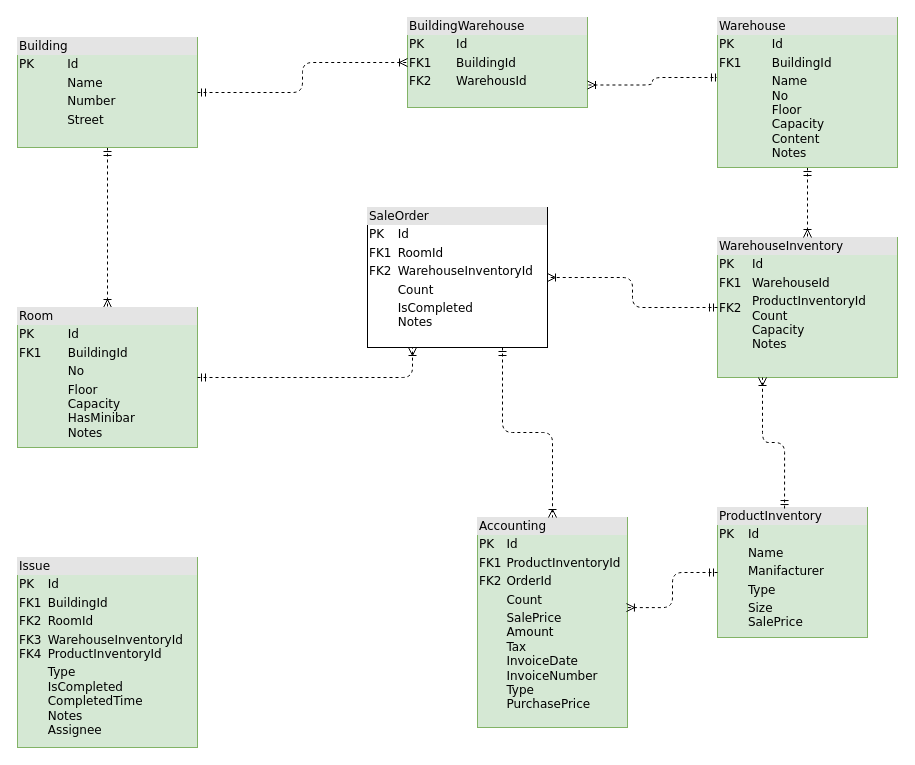
hasanbinboga/infera-test-case keeps this draw.io diagram as er-diagram.drawio. Above is the earlier version. Source tidied: cells renumbered, new cells numbered last; positions are measured from the earlier drawing's top-left corner, leaving out a move shared by most shapes. Both pictures are drawn from the tidied source at 100%, with x=0, y=0 at pixel (17, 17).
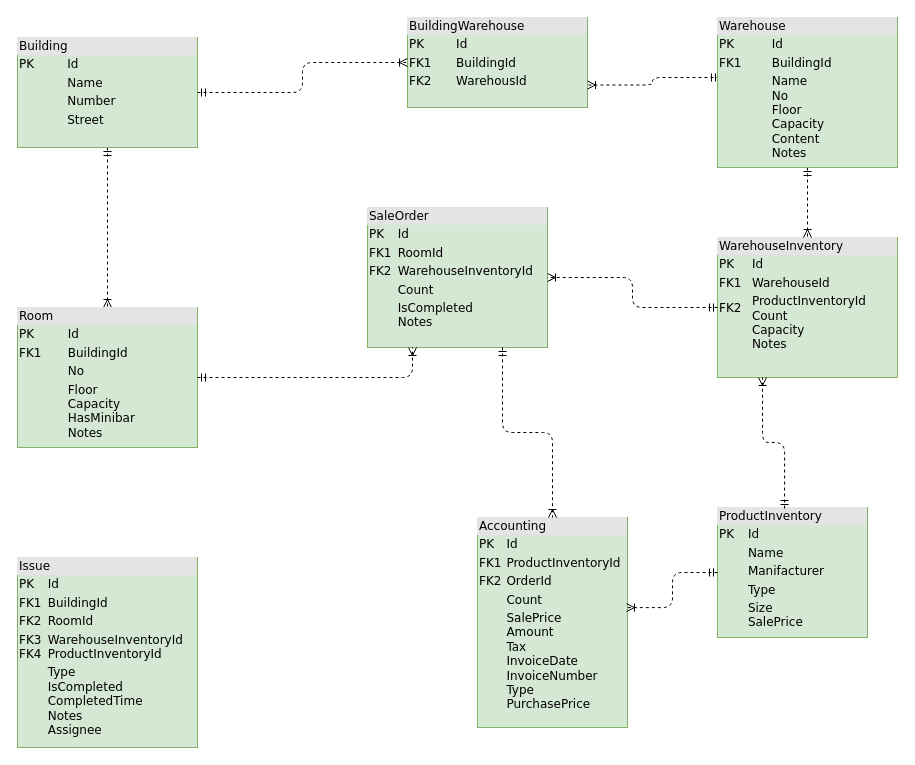
The same page after the edit.

What changed in the source:
```diff
@@
 <mxGraphModel>
   <root>
     <mxCell id="0" />
     <mxCell id="1" parent="0" />
     <mxCell id="2" value="&lt;div style=&quot;box-sizing:border-box;width:100%;background:#e4e4e4;padding:2px;&quot;&gt;BuildingWarehouse&lt;/div&gt;&lt;table style=&quot;width:100%;font-size:1em;&quot; cellpadding=&quot;2&quot; cellspacing=&quot;0&quot;&gt;&lt;tbody&gt;&lt;tr&gt;&lt;td&gt;PK&lt;/td&gt;&lt;td&gt;Id&lt;/td&gt;&lt;/tr&gt;&lt;tr&gt;&lt;td&gt;FK1&lt;/td&gt;&lt;td&gt;BuildingId&lt;/td&gt;&lt;/tr&gt;&lt;tr&gt;&lt;td&gt;FK2&lt;/td&gt;&lt;td&gt;WarehousId&lt;/td&gt;&lt;/tr&gt;&lt;/tbody&gt;&lt;/table&gt;" style="verticalAlign=top;align=left;overflow=fill;html=1;rounded=0;shadow=0;comic=0;labelBackgroundColor=none;strokeWidth=1;fontFamily=Verdana;fontSize=12;fillColor=#d5e8d4;strokeColor=#82b366;" parent="1" vertex="1">
       <mxGeometry x="390" width="180" height="90" as="geometry" />
     </mxCell>
     <mxCell id="3" style="html=1;dashed=1;labelBackgroundColor=none;startArrow=ERmandOne;endArrow=ERoneToMany;fontFamily=Verdana;fontSize=12;align=left;entryX=0.5;entryY=0;edgeStyle=orthogonalEdgeStyle;entryDx=0;entryDy=0;" parent="1" edge="1" source="5" target="9">
       <mxGeometry relative="1" as="geometry" />
     </mxCell>
     <mxCell id="4" style="html=1;dashed=1;labelBackgroundColor=none;startArrow=ERmandOne;endArrow=ERoneToMany;fontFamily=Verdana;fontSize=12;align=left;exitX=0.011;exitY=0.4;exitDx=0;exitDy=0;edgeStyle=orthogonalEdgeStyle;entryX=1;entryY=0.75;entryDx=0;entryDy=0;exitPerimeter=0;" parent="1" edge="1" source="10" target="2">
       <mxGeometry relative="1" as="geometry" />
     </mxCell>
     <mxCell id="5" value="&lt;div style=&quot;box-sizing: border-box ; width: 100% ; background: #e4e4e4 ; padding: 2px&quot;&gt;Building&lt;/div&gt;&lt;table style=&quot;width: 100% ; font-size: 1em&quot; cellpadding=&quot;2&quot; cellspacing=&quot;0&quot;&gt;&lt;tbody&gt;&lt;tr&gt;&lt;td&gt;PK&lt;/td&gt;&lt;td&gt;Id&lt;/td&gt;&lt;/tr&gt;&lt;tr&gt;&lt;td&gt;&lt;br&gt;&lt;/td&gt;&lt;td&gt;Name&lt;/td&gt;&lt;/tr&gt;&lt;tr&gt;&lt;td&gt;&lt;/td&gt;&lt;td&gt;Number&lt;/td&gt;&lt;/tr&gt;&lt;tr&gt;&lt;td&gt;&lt;br&gt;&lt;/td&gt;&lt;td&gt;Street&lt;br&gt;&lt;/td&gt;&lt;/tr&gt;&lt;tr&gt;&lt;td&gt;&lt;br&gt;&lt;/td&gt;&lt;td&gt;&lt;br&gt;&lt;/td&gt;&lt;/tr&gt;&lt;tr&gt;&lt;td&gt;&lt;br&gt;&lt;/td&gt;&lt;td&gt;&lt;br&gt;&lt;/td&gt;&lt;/tr&gt;&lt;/tbody&gt;&lt;/table&gt;" style="verticalAlign=top;align=left;overflow=fill;html=1;rounded=0;shadow=0;comic=0;labelBackgroundColor=none;strokeWidth=1;fontFamily=Verdana;fontSize=12;fillColor=#d5e8d4;strokeColor=#82b366;" parent="1" vertex="1">
       <mxGeometry y="20" width="180" height="110" as="geometry" />
     </mxCell>
     <mxCell id="6" value="&lt;div style=&quot;box-sizing: border-box ; width: 100% ; background: #e4e4e4 ; padding: 2px&quot;&gt;ProductInventory&lt;/div&gt;&lt;table style=&quot;width: 100% ; font-size: 1em&quot; cellpadding=&quot;2&quot; cellspacing=&quot;0&quot;&gt;&lt;tbody&gt;&lt;tr&gt;&lt;td&gt;PK&lt;/td&gt;&lt;td&gt;Id&lt;/td&gt;&lt;/tr&gt;&lt;tr&gt;&lt;td&gt;&lt;br&gt;&lt;/td&gt;&lt;td&gt;Name&lt;/td&gt;&lt;/tr&gt;&lt;tr&gt;&lt;td&gt;&lt;/td&gt;&lt;td&gt;Manifacturer&lt;/td&gt;&lt;/tr&gt;&lt;tr&gt;&lt;td&gt;&lt;br&gt;&lt;/td&gt;&lt;td&gt;Type&lt;/td&gt;&lt;/tr&gt;&lt;tr&gt;&lt;td&gt;&lt;br&gt;&lt;/td&gt;&lt;td&gt;Size&lt;br&gt;SalePrice&lt;/td&gt;&lt;/tr&gt;&lt;/tbody&gt;&lt;/table&gt;" style="verticalAlign=top;align=left;overflow=fill;html=1;rounded=0;shadow=0;comic=0;labelBackgroundColor=none;strokeWidth=1;fontFamily=Verdana;fontSize=12;fillColor=#d5e8d4;strokeColor=#82b366;" parent="1" vertex="1">
       <mxGeometry x="700" y="490" width="150" height="130" as="geometry" />
     </mxCell>
     <mxCell id="7" value="&lt;div style=&quot;box-sizing:border-box;width:100%;background:#e4e4e4;padding:2px;&quot;&gt;WarehouseInventory&lt;/div&gt;&lt;table style=&quot;width:100%;font-size:1em;&quot; cellpadding=&quot;2&quot; cellspacing=&quot;0&quot;&gt;&lt;tbody&gt;&lt;tr&gt;&lt;td&gt;PK&lt;/td&gt;&lt;td&gt;Id&lt;/td&gt;&lt;/tr&gt;&lt;tr&gt;&lt;td&gt;FK1&lt;/td&gt;&lt;td&gt;WarehouseId&lt;/td&gt;&lt;/tr&gt;&lt;tr&gt;&lt;td&gt;FK2&lt;br&gt;&lt;br&gt;&lt;br&gt;&lt;/td&gt;&lt;td&gt;ProductInventoryId&lt;br&gt;Count&lt;br&gt;Capacity&lt;br&gt;Notes&lt;/td&gt;&lt;/tr&gt;&lt;/tbody&gt;&lt;/table&gt;" style="verticalAlign=top;align=left;overflow=fill;html=1;rounded=0;shadow=0;comic=0;labelBackgroundColor=none;strokeWidth=1;fontFamily=Verdana;fontSize=12;fillColor=#d5e8d4;strokeColor=#82b366;" parent="1" vertex="1">
       <mxGeometry x="700" y="220" width="180" height="140" as="geometry" />
     </mxCell>
     <mxCell id="8" style="edgeStyle=orthogonalEdgeStyle;html=1;entryX=0.5;entryY=0;dashed=1;labelBackgroundColor=none;startArrow=ERmandOne;endArrow=ERoneToMany;fontFamily=Verdana;fontSize=12;align=left;" parent="1" edge="1" source="10" target="7">
       <mxGeometry relative="1" as="geometry" />
     </mxCell>
     <mxCell id="9" value="&lt;div style=&quot;box-sizing: border-box ; width: 100% ; background: #e4e4e4 ; padding: 2px&quot;&gt;Room&lt;/div&gt;&lt;table style=&quot;width: 100% ; font-size: 1em&quot; cellpadding=&quot;2&quot; cellspacing=&quot;0&quot;&gt;&lt;tbody&gt;&lt;tr&gt;&lt;td&gt;PK&lt;/td&gt;&lt;td&gt;Id&lt;/td&gt;&lt;/tr&gt;&lt;tr&gt;&lt;td&gt;FK1&lt;/td&gt;&lt;td&gt;BuildingId&lt;/td&gt;&lt;/tr&gt;&lt;tr&gt;&lt;td&gt;&lt;/td&gt;&lt;td&gt;No&lt;/td&gt;&lt;/tr&gt;&lt;tr&gt;&lt;td&gt;&lt;br&gt;&lt;/td&gt;&lt;td&gt;Floor&lt;br&gt;Capacity&lt;br&gt;HasMinibar&lt;br&gt;Notes&lt;/td&gt;&lt;/tr&gt;&lt;tr&gt;&lt;td&gt;&lt;br&gt;&lt;/td&gt;&lt;td&gt;&lt;/td&gt;&lt;/tr&gt;&lt;/tbody&gt;&lt;/table&gt;" style="verticalAlign=top;align=left;overflow=fill;html=1;rounded=0;shadow=0;comic=0;labelBackgroundColor=none;strokeWidth=1;fontFamily=Verdana;fontSize=12;fillColor=#d5e8d4;strokeColor=#82b366;" parent="1" vertex="1">
       <mxGeometry y="290" width="180" height="140" as="geometry" />
     </mxCell>
     <mxCell id="10" value="&lt;div style=&quot;box-sizing:border-box;width:100%;background:#e4e4e4;padding:2px;&quot;&gt;Warehouse&lt;/div&gt;&lt;table style=&quot;width:100%;font-size:1em;&quot; cellpadding=&quot;2&quot; cellspacing=&quot;0&quot;&gt;&lt;tbody&gt;&lt;tr&gt;&lt;td&gt;PK&lt;/td&gt;&lt;td&gt;Id&lt;/td&gt;&lt;/tr&gt;&lt;tr&gt;&lt;td&gt;FK1&lt;/td&gt;&lt;td&gt;BuildingId&lt;/td&gt;&lt;/tr&gt;&lt;tr&gt;&lt;td&gt;&lt;/td&gt;&lt;td&gt;Name&lt;br&gt;No&lt;br&gt;Floor&lt;br&gt;Capacity&lt;br&gt;Content&lt;br&gt;Notes&lt;/td&gt;&lt;/tr&gt;&lt;/tbody&gt;&lt;/table&gt;" style="verticalAlign=top;align=left;overflow=fill;html=1;rounded=0;shadow=0;comic=0;labelBackgroundColor=none;strokeWidth=1;fontFamily=Verdana;fontSize=12;fillColor=#d5e8d4;strokeColor=#82b366;" parent="1" vertex="1">
       <mxGeometry x="700" width="180" height="150" as="geometry" />
     </mxCell>
     <mxCell id="11" style="html=1;dashed=1;labelBackgroundColor=none;startArrow=ERmandOne;endArrow=ERoneToMany;fontFamily=Verdana;fontSize=12;align=left;edgeStyle=orthogonalEdgeStyle;entryX=0;entryY=0.5;entryDx=0;entryDy=0;exitX=1;exitY=0.5;exitDx=0;exitDy=0;" parent="1" edge="1" source="5" target="2">
       <mxGeometry relative="1" as="geometry" />
     </mxCell>
     <mxCell id="12" style="edgeStyle=orthogonalEdgeStyle;html=1;entryX=0.25;entryY=1;dashed=1;labelBackgroundColor=none;startArrow=ERmandOne;endArrow=ERoneToMany;fontFamily=Verdana;fontSize=12;align=left;entryDx=0;entryDy=0;exitX=0.447;exitY=0.008;exitDx=0;exitDy=0;exitPerimeter=0;" parent="1" edge="1" source="6" target="7">
       <mxGeometry relative="1" as="geometry" />
     </mxCell>
-    <mxCell id="13" value="&lt;div style=&quot;box-sizing: border-box ; width: 100% ; background: #e4e4e4 ; padding: 2px&quot;&gt;SaleOrder&lt;/div&gt;&lt;table style=&quot;width: 100% ; font-size: 1em&quot; cellpadding=&quot;2&quot; cellspacing=&quot;0&quot;&gt;&lt;tbody&gt;&lt;tr&gt;&lt;td&gt;PK&lt;/td&gt;&lt;td&gt;Id&lt;/td&gt;&lt;/tr&gt;&lt;tr&gt;&lt;td&gt;FK1&lt;/td&gt;&lt;td&gt;RoomId&lt;/td&gt;&lt;/tr&gt;&lt;tr&gt;&lt;td&gt;FK2&lt;/td&gt;&lt;td&gt;WarehouseInventoryId&lt;/td&gt;&lt;/tr&gt;&lt;tr&gt;&lt;td&gt;&lt;br&gt;&lt;/td&gt;&lt;td&gt;Count&lt;/td&gt;&lt;/tr&gt;&lt;tr&gt;&lt;td&gt;&lt;br&gt;&lt;/td&gt;&lt;td&gt;IsCompleted&lt;br&gt;Notes&lt;/td&gt;&lt;/tr&gt;&lt;/tbody&gt;&lt;/table&gt;" style="verticalAlign=top;align=left;overflow=fill;html=1;rounded=0;shadow=0;comic=0;labelBackgroundColor=none;strokeWidth=1;fontFamily=Verdana;fontSize=12;" parent="1" vertex="1">
+    <mxCell id="13" value="&lt;div style=&quot;box-sizing: border-box ; width: 100% ; background: #e4e4e4 ; padding: 2px&quot;&gt;SaleOrder&lt;/div&gt;&lt;table style=&quot;width: 100% ; font-size: 1em&quot; cellpadding=&quot;2&quot; cellspacing=&quot;0&quot;&gt;&lt;tbody&gt;&lt;tr&gt;&lt;td&gt;PK&lt;/td&gt;&lt;td&gt;Id&lt;/td&gt;&lt;/tr&gt;&lt;tr&gt;&lt;td&gt;FK1&lt;/td&gt;&lt;td&gt;RoomId&lt;/td&gt;&lt;/tr&gt;&lt;tr&gt;&lt;td&gt;FK2&lt;/td&gt;&lt;td&gt;WarehouseInventoryId&lt;/td&gt;&lt;/tr&gt;&lt;tr&gt;&lt;td&gt;&lt;br&gt;&lt;/td&gt;&lt;td&gt;Count&lt;/td&gt;&lt;/tr&gt;&lt;tr&gt;&lt;td&gt;&lt;br&gt;&lt;/td&gt;&lt;td&gt;IsCompleted&lt;br&gt;Notes&lt;/td&gt;&lt;/tr&gt;&lt;/tbody&gt;&lt;/table&gt;" style="verticalAlign=top;align=left;overflow=fill;html=1;rounded=0;shadow=0;comic=0;labelBackgroundColor=none;strokeWidth=1;fontFamily=Verdana;fontSize=12;fillColor=#d5e8d4;strokeColor=#82b366;" parent="1" vertex="1">
       <mxGeometry x="350" y="190" width="180" height="140" as="geometry" />
     </mxCell>
     <mxCell id="14" value="&lt;div style=&quot;box-sizing: border-box ; width: 100% ; background: #e4e4e4 ; padding: 2px&quot;&gt;Issue&lt;/div&gt;&lt;table style=&quot;width: 100% ; font-size: 1em&quot; cellpadding=&quot;2&quot; cellspacing=&quot;0&quot;&gt;&lt;tbody&gt;&lt;tr&gt;&lt;td&gt;PK&lt;/td&gt;&lt;td&gt;Id&lt;/td&gt;&lt;/tr&gt;&lt;tr&gt;&lt;td&gt;FK1&lt;/td&gt;&lt;td&gt;BuildingId&lt;/td&gt;&lt;/tr&gt;&lt;tr&gt;&lt;td&gt;FK2&lt;/td&gt;&lt;td&gt;RoomId&lt;br&gt;&lt;/td&gt;&lt;/tr&gt;&lt;tr&gt;&lt;td&gt;FK3&lt;br&gt;FK4&lt;/td&gt;&lt;td&gt;WarehouseInventoryId&lt;br&gt;ProductInventoryId&lt;/td&gt;&lt;/tr&gt;&lt;tr&gt;&lt;td&gt;&lt;br&gt;&lt;br&gt;&lt;/td&gt;&lt;td&gt;Type&lt;br&gt;IsCompleted&lt;br&gt;CompletedTime&lt;br&gt;Notes&lt;br&gt;Assignee&lt;/td&gt;&lt;/tr&gt;&lt;/tbody&gt;&lt;/table&gt;" style="verticalAlign=top;align=left;overflow=fill;html=1;rounded=0;shadow=0;comic=0;labelBackgroundColor=none;strokeWidth=1;fontFamily=Verdana;fontSize=12;fillColor=#d5e8d4;strokeColor=#82b366;" parent="1" vertex="1">
       <mxGeometry y="540" width="180" height="190" as="geometry" />
     </mxCell>
     <mxCell id="15" style="edgeStyle=orthogonalEdgeStyle;html=1;entryX=1;entryY=0.5;dashed=1;labelBackgroundColor=none;startArrow=ERmandOne;endArrow=ERoneToMany;fontFamily=Verdana;fontSize=12;align=left;entryDx=0;entryDy=0;exitX=0;exitY=0.5;exitDx=0;exitDy=0;" parent="1" edge="1" source="7" target="13">
       <mxGeometry relative="1" as="geometry" />
     </mxCell>
     <mxCell id="16" style="edgeStyle=orthogonalEdgeStyle;html=1;entryX=0.25;entryY=1;dashed=1;labelBackgroundColor=none;startArrow=ERmandOne;endArrow=ERoneToMany;fontFamily=Verdana;fontSize=12;align=left;entryDx=0;entryDy=0;exitX=1;exitY=0.5;exitDx=0;exitDy=0;" parent="1" edge="1" source="9" target="13">
       <mxGeometry relative="1" as="geometry" />
     </mxCell>
     <mxCell id="17" value="&lt;div style=&quot;box-sizing: border-box ; width: 100% ; background: #e4e4e4 ; padding: 2px&quot;&gt;Accounting&lt;/div&gt;&lt;table style=&quot;width: 100% ; font-size: 1em&quot; cellpadding=&quot;2&quot; cellspacing=&quot;0&quot;&gt;&lt;tbody&gt;&lt;tr&gt;&lt;td&gt;PK&lt;/td&gt;&lt;td&gt;Id&lt;/td&gt;&lt;/tr&gt;&lt;tr&gt;&lt;td&gt;FK1&lt;/td&gt;&lt;td&gt;ProductInventoryId&lt;/td&gt;&lt;/tr&gt;&lt;tr&gt;&lt;td&gt;FK2&lt;/td&gt;&lt;td&gt;OrderId&lt;/td&gt;&lt;/tr&gt;&lt;tr&gt;&lt;td&gt;&lt;br&gt;&lt;/td&gt;&lt;td&gt;Count&lt;/td&gt;&lt;/tr&gt;&lt;tr&gt;&lt;td&gt;&lt;br&gt;&lt;/td&gt;&lt;td&gt;SalePrice&lt;br&gt;Amount&lt;br&gt;Tax&lt;br&gt;InvoiceDate&lt;br&gt;InvoiceNumber&lt;br&gt;Type&lt;br&gt;PurchasePrice&lt;br&gt;&lt;/td&gt;&lt;/tr&gt;&lt;/tbody&gt;&lt;/table&gt;" style="verticalAlign=top;align=left;overflow=fill;html=1;rounded=0;shadow=0;comic=0;labelBackgroundColor=none;strokeWidth=1;fontFamily=Verdana;fontSize=12;fillColor=#d5e8d4;strokeColor=#82b366;" parent="1" vertex="1">
       <mxGeometry x="460" y="500" width="150" height="210" as="geometry" />
     </mxCell>
     <mxCell id="18" style="edgeStyle=orthogonalEdgeStyle;html=1;dashed=1;labelBackgroundColor=none;startArrow=ERmandOne;endArrow=ERoneToMany;fontFamily=Verdana;fontSize=12;align=left;exitX=0;exitY=0.5;exitDx=0;exitDy=0;entryX=0.993;entryY=0.429;entryDx=0;entryDy=0;entryPerimeter=0;" parent="1" edge="1" source="6" target="17">
       <mxGeometry relative="1" as="geometry" />
     </mxCell>
     <mxCell id="19" style="edgeStyle=orthogonalEdgeStyle;html=1;dashed=1;labelBackgroundColor=none;startArrow=ERmandOne;endArrow=ERoneToMany;fontFamily=Verdana;fontSize=12;align=left;exitX=0.75;exitY=1;exitDx=0;exitDy=0;" parent="1" edge="1" source="13" target="17">
       <mxGeometry relative="1" as="geometry" />
     </mxCell>
   </root>
 </mxGraphModel>
```
